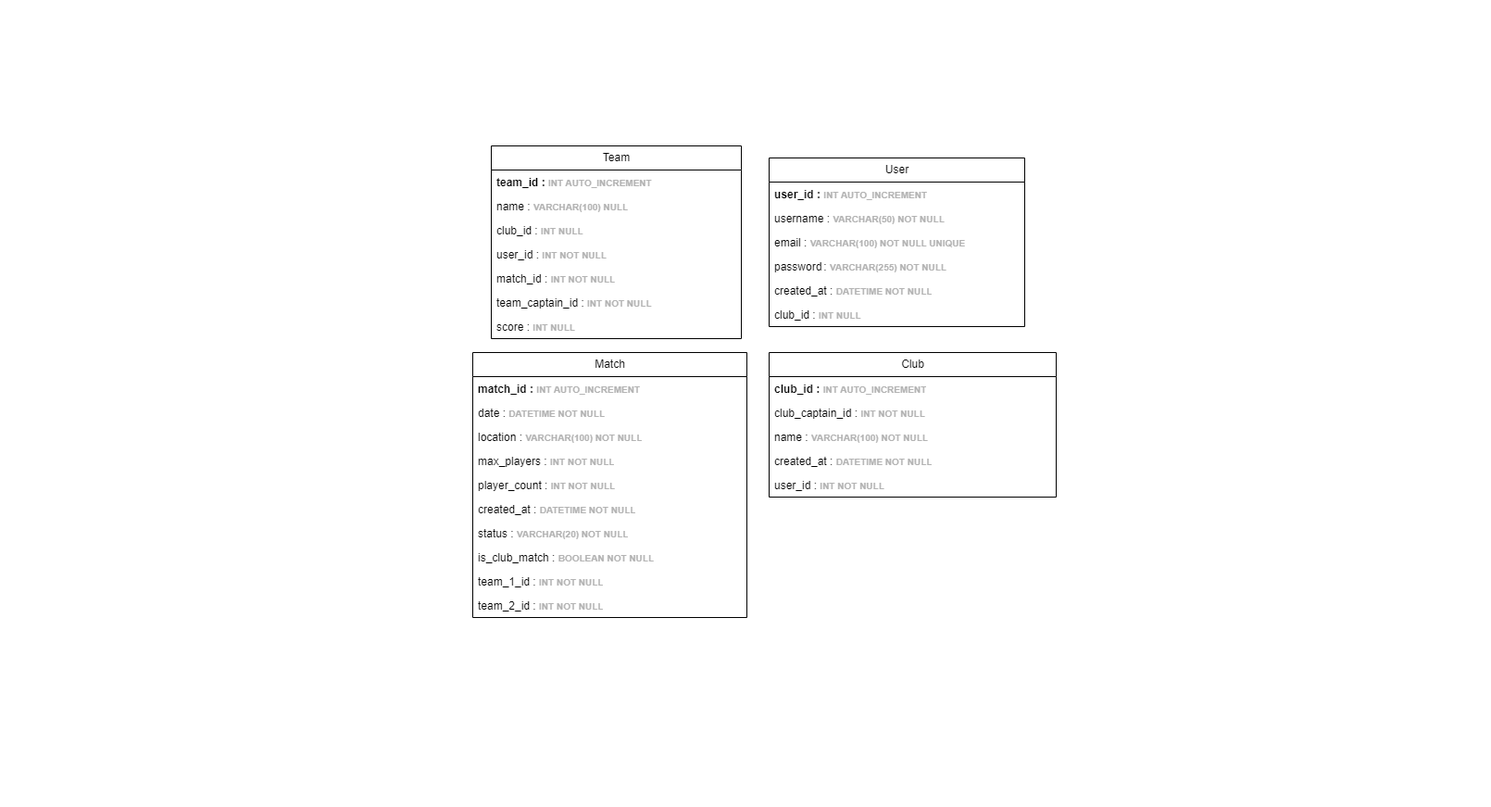
Earlier version of the draw.io export MPD.drawio.png (Mathistrg/Styx). Source tidied: cells renumbered, new cells last; positions are measured from the earlier drawing's top-left corner, leaving out a move shared by most shapes.
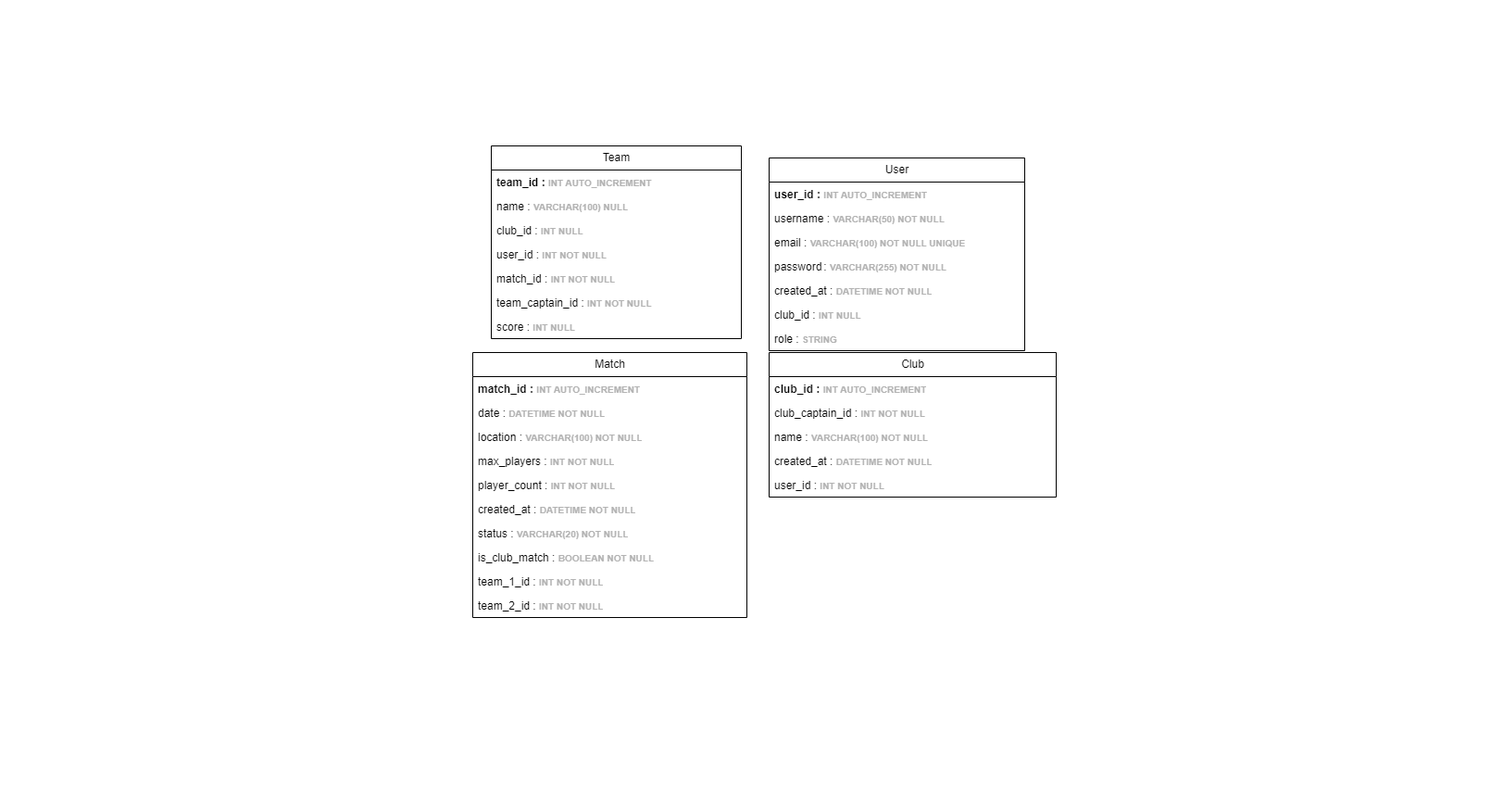
The same diagram one commit later.

Commit message:
Mettre à jour MPD.drawio.png

What changed in the source:
```diff
@@ -6,7 +6,7 @@
       <mxGeometry width="1610" height="870" as="geometry" />
     </mxCell>
     <mxCell id="3" value="User" style="swimlane;fontStyle=0;horizontal=1;startSize=26;fillColor=none;html=1;" parent="1" vertex="1">
-      <mxGeometry x="830" y="170" width="276" height="182" as="geometry" />
+      <mxGeometry x="830" y="170" width="276" height="208" as="geometry" />
     </mxCell>
     <mxCell id="4" value="&lt;b&gt;user_id :&amp;nbsp;&lt;font style=&quot;font-size: 10px; color: rgb(179, 179, 179);&quot;&gt;INT AUTO_INCREMENT&lt;/font&gt;&lt;/b&gt;" style="text;strokeColor=none;fillColor=none;align=left;verticalAlign=top;spacingLeft=4;spacingRight=4;overflow=hidden;whiteSpace=wrap;html=1;" parent="3" vertex="1">
       <mxGeometry y="26" width="276" height="26" as="geometry" />
@@ -26,6 +26,9 @@
     <mxCell id="9" value="club_id : &lt;font color=&quot;#b3b3b3&quot;&gt;&lt;span style=&quot;font-size: 10px;&quot;&gt;&lt;b&gt;INT NULL&lt;/b&gt;&lt;/span&gt;&lt;/font&gt;" style="text;strokeColor=none;fillColor=none;align=left;verticalAlign=top;spacingLeft=4;spacingRight=4;overflow=hidden;whiteSpace=wrap;html=1;" parent="3" vertex="1">
       <mxGeometry y="156" width="276" height="26" as="geometry" />
     </mxCell>
+    <mxCell id="35" value="role : &lt;font color=&quot;#b3b3b3&quot;&gt;&lt;span style=&quot;font-size: 10px;&quot;&gt;&lt;b&gt;STRING&lt;/b&gt;&lt;/span&gt;&lt;/font&gt;" style="text;strokeColor=none;fillColor=none;align=left;verticalAlign=top;spacingLeft=4;spacingRight=4;overflow=hidden;whiteSpace=wrap;html=1;" parent="3" vertex="1">
+      <mxGeometry y="182" width="276" height="26" as="geometry" />
+    </mxCell>
     <mxCell id="10" value="Match" style="swimlane;fontStyle=0;horizontal=1;startSize=26;fillColor=none;html=1;" parent="1" vertex="1">
       <mxGeometry x="510" y="380" width="296" height="286" as="geometry" />
     </mxCell>
```
